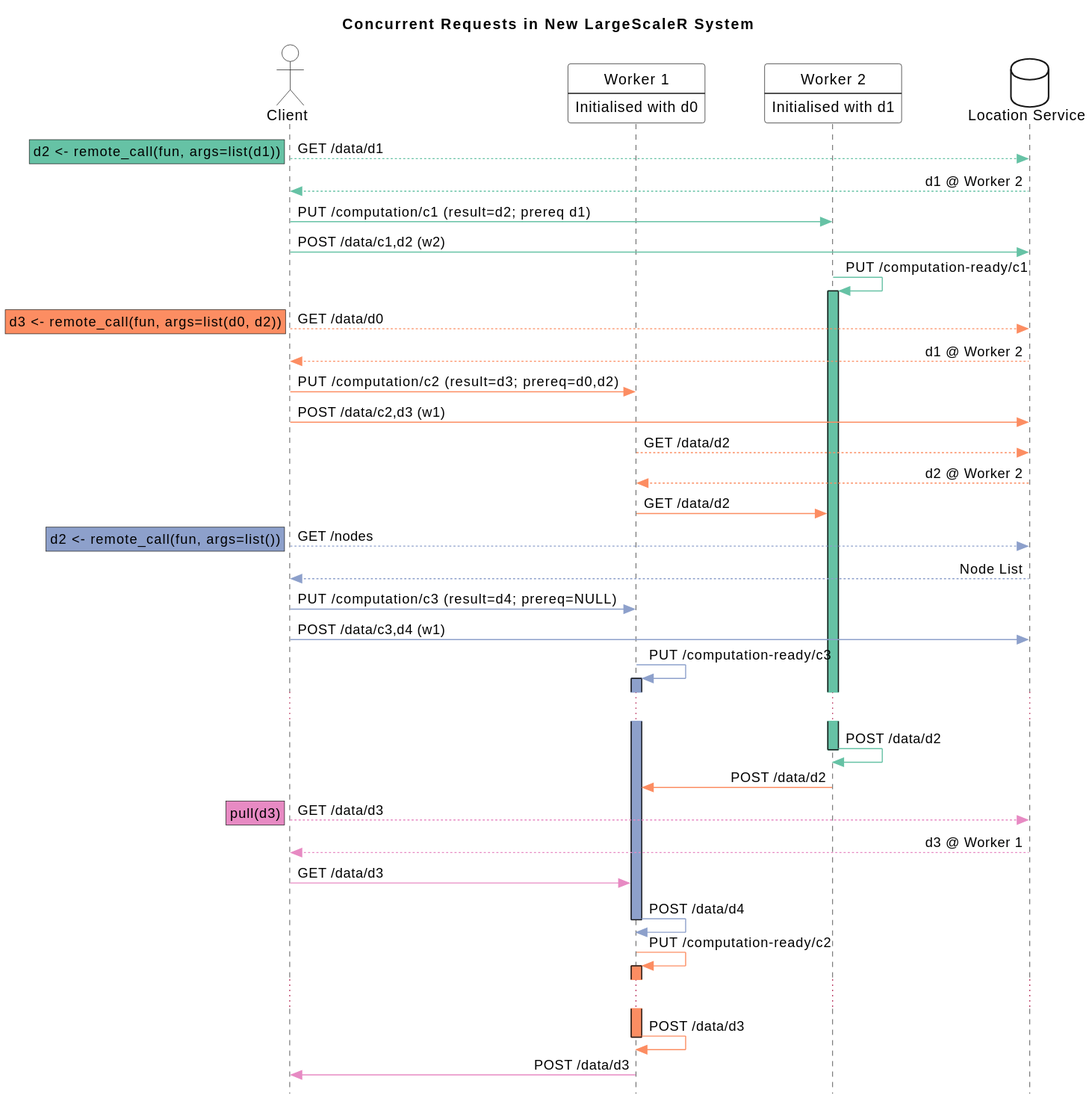
Earlier version of the PlantUML export research/sysinteract.svg (jcai849/jcai849.github.io).
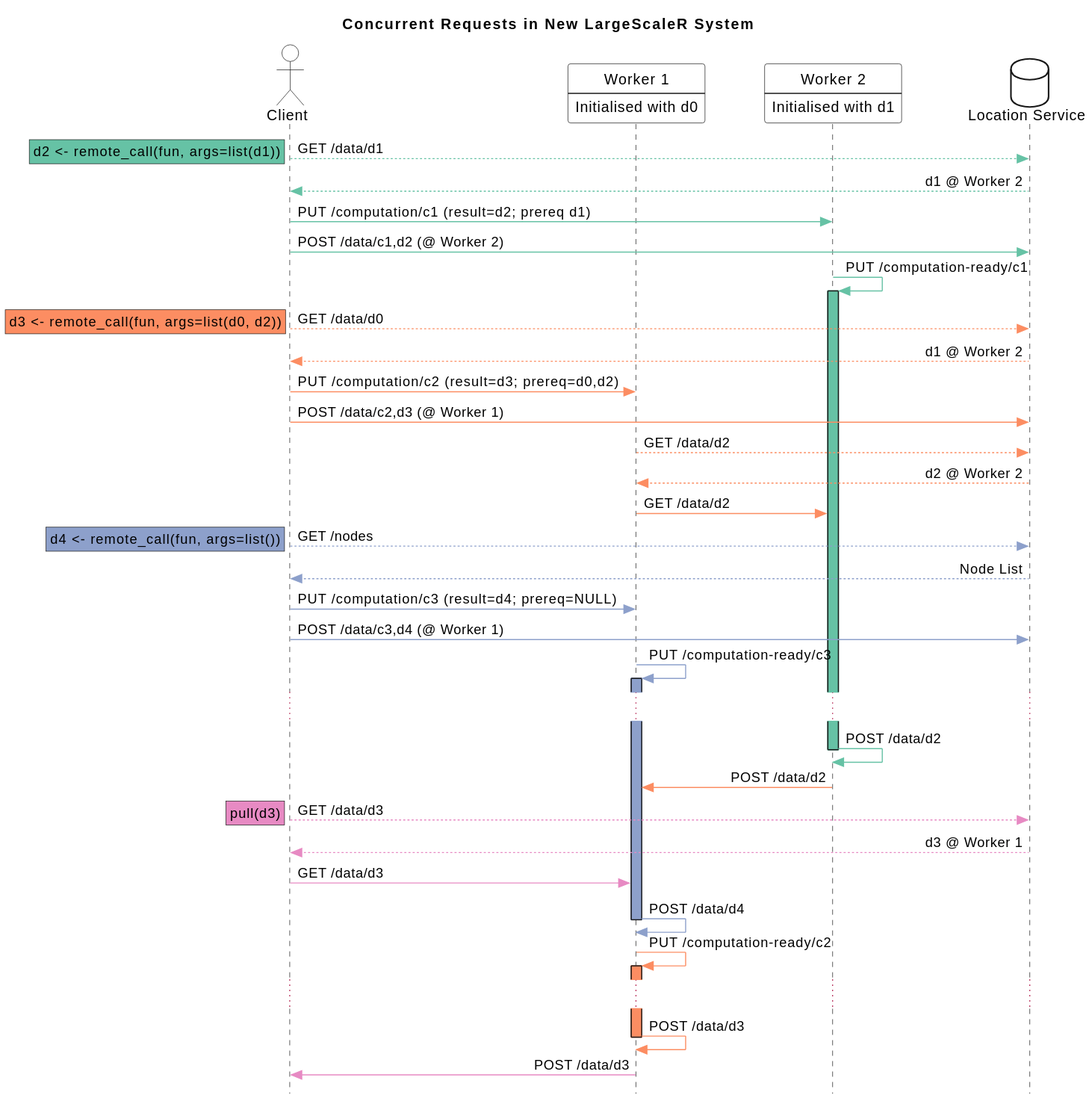
The same diagram one commit later.

The edit, as a diff of the source:
```diff
@@ -16,7 +16,7 @@
 rnote left #66c2a5: d2 <- remote_call(fun, args=list(d1))
 ls --[#66c2a5]> c: d1 @ Worker 2
 c -[#66c2a5]> w2: PUT /computation/c1 (result=d2; prereq d1)
-c -[#66c2a5]> ls: POST /data/c1,d2 (w2)
+c -[#66c2a5]> ls: POST /data/c1,d2 (@ Worker 2)
 w2 -[#66c2a5]> w2: PUT /computation-ready/c1
 activate w2 #66c2a5
 
@@ -24,16 +24,16 @@
 rnote left #fc8d62: d3 <- remote_call(fun, args=list(d0, d2))
 ls --[#fc8d62]> c: d1 @ Worker 2
 c -[#fc8d62]> w1: PUT /computation/c2 (result=d3; prereq=d0,d2)
-c -[#fc8d62]> ls: POST /data/c2,d3 (w1)
+c -[#fc8d62]> ls: POST /data/c2,d3 (@ Worker 1)
 w1 --[#fc8d62]> ls: GET /data/d2
 ls --[#fc8d62]> w1: d2 @ Worker 2
 w1 -[#fc8d62]> w2: GET /data/d2
 
 c --[#8da0cb]> ls: GET /nodes
-rnote left #8da0cb: d2 <- remote_call(fun, args=list())
+rnote left #8da0cb: d4 <- remote_call(fun, args=list())
 ls --[#8da0cb]> c: Node List
 c -[#8da0cb]> w1: PUT /computation/c3 (result=d4; prereq=NULL)
-c -[#8da0cb]> ls: POST /data/c3,d4 (w1)
+c -[#8da0cb]> ls: POST /data/c3,d4 (@ Worker 1)
 w1 -[#8da0cb]> w1: PUT /computation-ready/c3
 activate w1 #8da0cb
 ...
```
